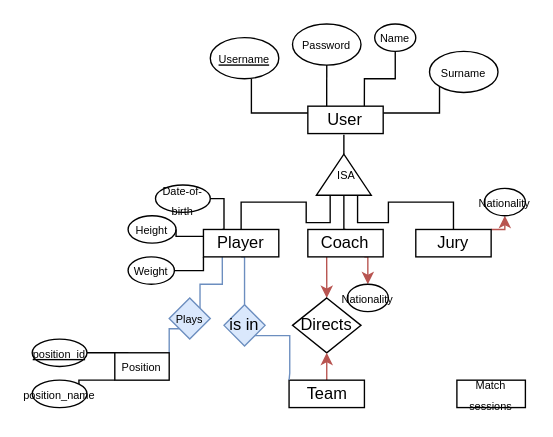
Earlier version of the draw.io diagram Başlıksız Diyagram.drawio (Pqrq/CMpe321Hw1). Source tidied: cells renumbered, new cells numbered last; positions are measured from the earlier drawing's top-left corner, leaving out a move shared by most shapes. Both pictures are drawn from the tidied source at 137%, with x=0, y=0 at pixel (32, 23).
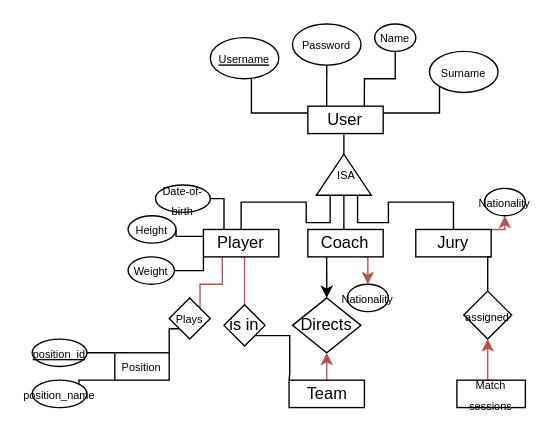
The same diagram, later.

Unchanged cells that the change refers to:
```xml
<mxCell id="18" value="Player" style="rounded=0;whiteSpace=wrap;html=1;" parent="1" vertex="1">
  <mxGeometry x="125" y="150" width="55" height="20" as="geometry" />
</mxCell>
<mxCell id="22" value="Coach" style="rounded=0;whiteSpace=wrap;html=1;" parent="1" vertex="1">
  <mxGeometry x="201.2" y="150" width="55" height="20" as="geometry" />
</mxCell>
<mxCell id="25" value="Jury" style="rounded=0;whiteSpace=wrap;html=1;" parent="1" vertex="1">
  <mxGeometry x="280" y="150" width="55" height="20" as="geometry" />
</mxCell>
<mxCell id="33" value="Directs" style="rhombus;whiteSpace=wrap;html=1;" parent="1" vertex="1">
  <mxGeometry x="190" y="200" width="50" height="40" as="geometry" />
</mxCell>
<mxCell id="35" value="Team" style="rounded=0;whiteSpace=wrap;html=1;" parent="1" vertex="1">
  <mxGeometry x="187.5" y="260" width="55" height="20" as="geometry" />
</mxCell>
<mxCell id="40" value="&lt;font style=&quot;font-size: 8px;&quot;&gt;Position&lt;/font&gt;" style="rounded=0;whiteSpace=wrap;html=1;" parent="1" vertex="1">
  <mxGeometry x="60.3" y="240" width="39.7" height="20" as="geometry" />
</mxCell>
<mxCell id="43" value="&lt;font style=&quot;font-size: 8px;&quot;&gt;Match sessions&lt;/font&gt;" style="rounded=0;whiteSpace=wrap;html=1;" parent="1" vertex="1">
  <mxGeometry x="310" y="260" width="50" height="20" as="geometry" />
</mxCell>
```

What changed in the source:
```diff
@@
-    <mxCell id="16" style="edgeStyle=orthogonalEdgeStyle;rounded=0;jettySize=auto;html=1;exitX=0.25;exitY=1;exitDx=0;exitDy=0;entryX=1;entryY=0;entryDx=0;entryDy=0;endArrow=none;endFill=0;fillColor=#dae8fc;strokeColor=#6c8ebf;" parent="1" edge="1" source="18" target="37">
+    <mxCell id="16" style="edgeStyle=orthogonalEdgeStyle;rounded=0;jettySize=auto;html=1;exitX=0.25;exitY=1;exitDx=0;exitDy=0;entryX=1;entryY=0;entryDx=0;entryDy=0;endArrow=none;endFill=0;fillColor=#f8cecc;strokeColor=#b85450;" parent="1" edge="1" source="18" target="37">
       <mxGeometry relative="1" as="geometry" />
     </mxCell>
-    <mxCell id="17" style="edgeStyle=orthogonalEdgeStyle;rounded=0;jettySize=auto;html=1;exitX=0.5;exitY=1;exitDx=0;exitDy=0;entryX=0.5;entryY=0;entryDx=0;entryDy=0;fillColor=#dae8fc;strokeColor=#6c8ebf;endArrow=none;endFill=0;" parent="1" edge="1" source="18" target="45">
+    <mxCell id="17" style="edgeStyle=orthogonalEdgeStyle;rounded=0;jettySize=auto;html=1;exitX=0.5;exitY=1;exitDx=0;exitDy=0;entryX=0.5;entryY=0;entryDx=0;entryDy=0;endArrow=none;endFill=0;fillColor=#f8cecc;strokeColor=#b85450;" parent="1" edge="1" source="18" target="45">
       <mxGeometry relative="1" as="geometry" />
     </mxCell>
@@
-    <mxCell id="21" style="edgeStyle=orthogonalEdgeStyle;rounded=0;jettySize=auto;html=1;exitX=0.25;exitY=1;exitDx=0;exitDy=0;fillColor=#f8cecc;strokeColor=#b85450;" parent="1" edge="1" source="22" target="33">
+    <mxCell id="21" style="edgeStyle=orthogonalEdgeStyle;rounded=0;jettySize=auto;html=1;exitX=0.25;exitY=1;exitDx=0;exitDy=0;" parent="1" edge="1" source="22" target="33">
       <mxGeometry relative="1" as="geometry" />
     </mxCell>
@@
-    <mxCell id="36" style="edgeStyle=orthogonalEdgeStyle;rounded=0;jettySize=auto;html=1;exitX=0;exitY=1;exitDx=0;exitDy=0;entryX=1;entryY=0;entryDx=0;entryDy=0;endArrow=none;endFill=0;fillColor=#dae8fc;strokeColor=#6c8ebf;" parent="1" edge="1" source="37" target="40">
+    <mxCell id="36" style="edgeStyle=orthogonalEdgeStyle;rounded=0;jettySize=auto;html=1;exitX=0;exitY=1;exitDx=0;exitDy=0;entryX=1;entryY=0;entryDx=0;entryDy=0;endArrow=none;endFill=0;" parent="1" edge="1" source="37" target="40">
       <mxGeometry relative="1" as="geometry" />
     </mxCell>
-    <mxCell id="37" value="&lt;font style=&quot;font-size: 8px;&quot;&gt;Plays&lt;/font&gt;" style="rhombus;whiteSpace=wrap;html=1;fillColor=#dae8fc;strokeColor=#6c8ebf;" parent="1" vertex="1">
+    <mxCell id="37" value="&lt;font style=&quot;font-size: 8px;&quot;&gt;Plays&lt;/font&gt;" style="rhombus;whiteSpace=wrap;html=1;" parent="1" vertex="1">
       <mxGeometry x="100" y="200" width="30" height="30" as="geometry" />
     </mxCell>
@@
+    <mxCell id="46" style="edgeStyle=orthogonalEdgeStyle;rounded=0;jettySize=auto;html=1;exitX=0.5;exitY=0;exitDx=0;exitDy=0;entryX=0.5;entryY=1;entryDx=0;entryDy=0;fillColor=#f8cecc;strokeColor=#b85450;" parent="1" edge="1" source="43" target="47">
+      <mxGeometry relative="1" as="geometry" />
+    </mxCell>
@@
-    <mxCell id="44" style="edgeStyle=orthogonalEdgeStyle;rounded=0;jettySize=auto;html=1;exitX=1;exitY=1;exitDx=0;exitDy=0;entryX=0;entryY=0;entryDx=0;entryDy=0;endArrow=none;endFill=0;fillColor=#dae8fc;strokeColor=#6c8ebf;" parent="1" edge="1" source="45" target="35">
+    <mxCell id="44" style="edgeStyle=orthogonalEdgeStyle;rounded=0;jettySize=auto;html=1;exitX=1;exitY=1;exitDx=0;exitDy=0;entryX=0;entryY=0;entryDx=0;entryDy=0;endArrow=none;endFill=0;" parent="1" edge="1" source="45" target="35">
       <mxGeometry relative="1" as="geometry">
         <Array as="points">
           <mxPoint x="188" y="228" />
           <mxPoint x="188" y="255" />
           <mxPoint x="188" y="255" />
         </Array>
       </mxGeometry>
     </mxCell>
-    <mxCell id="45" value="is in" style="rhombus;whiteSpace=wrap;html=1;fillColor=#dae8fc;strokeColor=#6c8ebf;" parent="1" vertex="1">
+    <mxCell id="45" value="is in" style="rhombus;whiteSpace=wrap;html=1;" parent="1" vertex="1">
       <mxGeometry x="140" y="205" width="30" height="30" as="geometry" />
     </mxCell>
+    <mxCell id="47" value="&lt;font style=&quot;font-size: 8px;&quot;&gt;assigned&lt;/font&gt;" style="rhombus;whiteSpace=wrap;html=1;" parent="1" vertex="1">
+      <mxGeometry x="315" y="195" width="35" height="35" as="geometry" />
+    </mxCell>
+    <mxCell id="48" style="edgeStyle=orthogonalEdgeStyle;rounded=0;jettySize=auto;html=1;exitX=1;exitY=1;exitDx=0;exitDy=0;entryX=0.5;entryY=0;entryDx=0;entryDy=0;endArrow=none;endFill=0;" parent="1" edge="1" source="25" target="47">
+      <mxGeometry relative="1" as="geometry" />
+    </mxCell>
```
